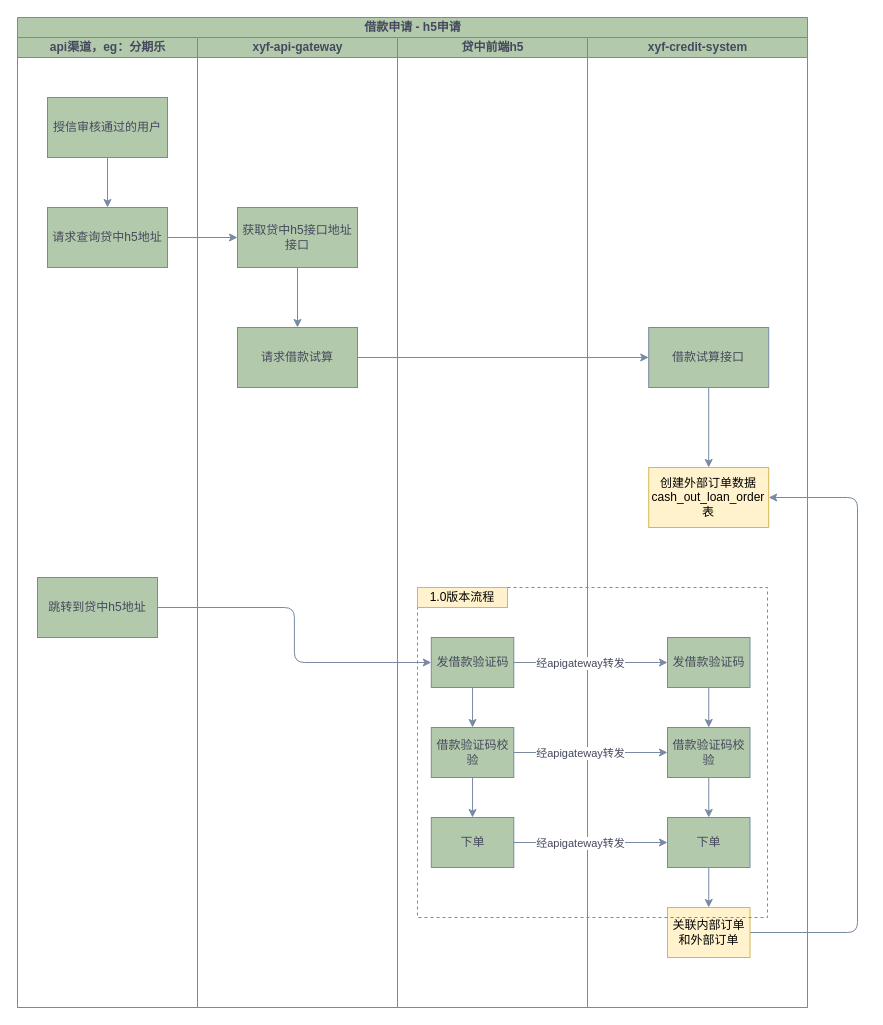
yuanlj-tea/picgo keeps this draw.io diagram as api贷中-h5借款申请.drawio. Above is the earlier version. Source tidied: cells renumbered, new cells numbered last; positions are measured from the earlier drawing's top-left corner, leaving out a move shared by most shapes. Both pictures are drawn from the tidied source at 100%, with x=0, y=0 at pixel (17, 17).
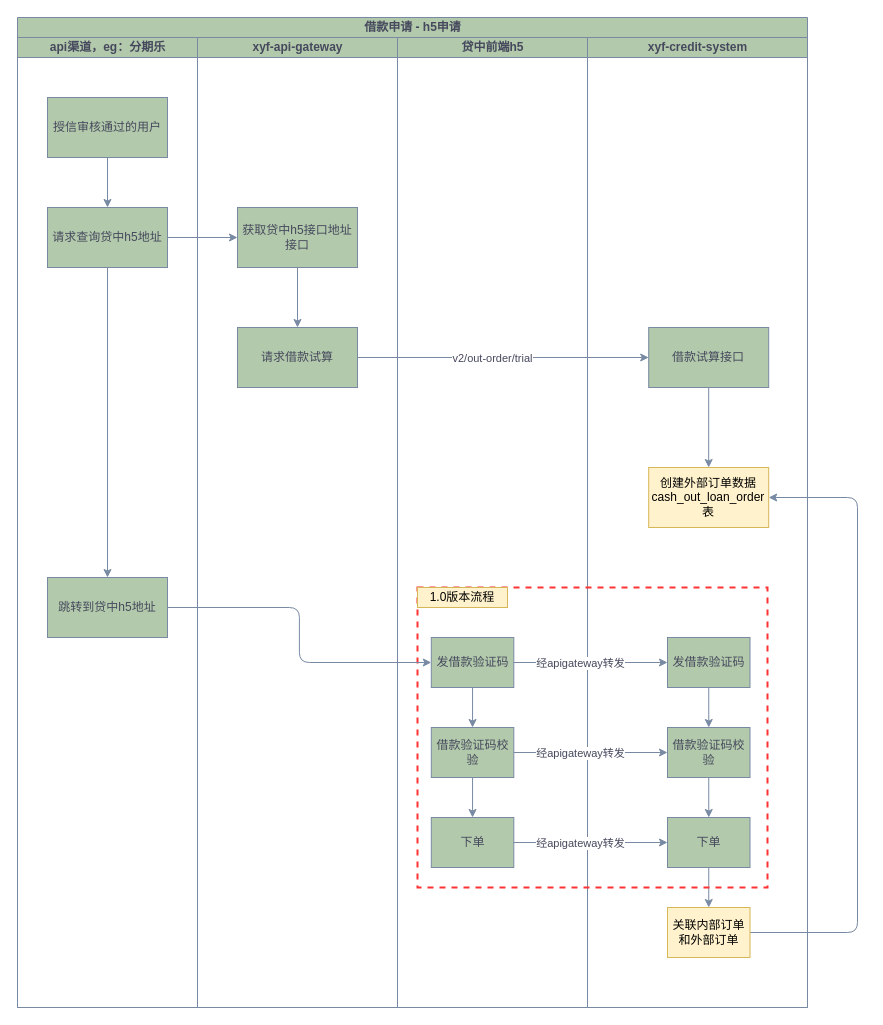
After the change.

Commit message (it also covers changes not shown here):
更新api贷中-h5借款申请.drawio

The change refers to these unchanged cells:
```xml
<mxCell id="3" value="api渠道，eg：分期乐" style="swimlane;startSize=20;html=1;labelBackgroundColor=none;fillColor=#B2C9AB;strokeColor=#788AA3;fontColor=#46495D;" parent="2" vertex="1">
  <mxGeometry y="20" width="180" height="970" as="geometry" />
</mxCell>
<mxCell id="6" value="请求查询贷中h5地址" style="rounded=0;whiteSpace=wrap;html=1;strokeColor=#788AA3;fontColor=#46495D;fillColor=#B2C9AB;" parent="3" vertex="1">
  <mxGeometry x="30" y="170" width="120" height="60" as="geometry" />
</mxCell>
<mxCell id="18" value="xyf-credit-system" style="swimlane;startSize=20;html=1;labelBackgroundColor=none;fillColor=#B2C9AB;strokeColor=#788AA3;fontColor=#46495D;" parent="2" vertex="1">
  <mxGeometry x="570" y="20" width="220" height="970" as="geometry" />
</mxCell>
<mxCell id="40" style="edgeStyle=orthogonalEdgeStyle;curved=0;rounded=1;jettySize=auto;html=1;strokeColor=#788AA3;align=center;verticalAlign=middle;fontFamily=Helvetica;fontSize=11;fontColor=#46495D;labelBackgroundColor=default;endArrow=classic;fillColor=#B2C9AB;" parent="2" edge="1" source="11" target="28">
  <mxGeometry relative="1" as="geometry" />
</mxCell>
```

Diff of the diagram source:
```diff
@@
+    <mxCell id="41" style="edgeStyle=orthogonalEdgeStyle;curved=0;rounded=1;jettySize=auto;html=1;strokeColor=#788AA3;align=center;verticalAlign=middle;fontFamily=Helvetica;fontSize=11;fontColor=#46495D;labelBackgroundColor=default;endArrow=classic;fillColor=#B2C9AB;" parent="3" edge="1" source="6" target="7">
+      <mxGeometry relative="1" as="geometry" />
+    </mxCell>
@@
     <mxCell id="7" value="跳转到贷中h5地址" style="rounded=0;whiteSpace=wrap;html=1;strokeColor=#788AA3;fontColor=#46495D;fillColor=#B2C9AB;" parent="3" vertex="1">
-      <mxGeometry x="20" y="540" width="120" height="60" as="geometry" />
+      <mxGeometry x="30" y="540" width="120" height="60" as="geometry" />
     </mxCell>
@@
-    <mxCell id="30" style="rounded=0;whiteSpace=wrap;html=1;strokeColor=#788AA3;fontFamily=Helvetica;fontSize=11;fontColor=#46495D;labelBackgroundColor=default;fillColor=none;dashed=1;" parent="18" vertex="1">
-      <mxGeometry x="-170" y="550" width="350" height="330" as="geometry" />
+    <mxCell id="30" style="rounded=0;whiteSpace=wrap;html=1;strokeColor=#FF3333;fontFamily=Helvetica;fontSize=11;fontColor=#46495D;labelBackgroundColor=default;fillColor=none;dashed=1;strokeWidth=2;" parent="18" vertex="1">
+      <mxGeometry x="-170" y="550" width="350" height="300" as="geometry" />
     </mxCell>
@@
+    <mxCell id="42" value="v2/out-order/trial" style="edgeLabel;html=1;align=center;verticalAlign=middle;strokeColor=#788AA3;fontFamily=Helvetica;fontSize=11;fontColor=#46495D;labelBackgroundColor=default;fillColor=#B2C9AB;" parent="40" vertex="1">
+      <mxGeometry x="-0.08" relative="1" as="geometry" />
+    </mxCell>
```
